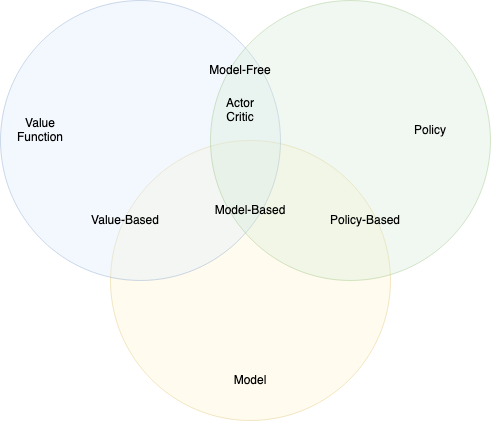
Before: src/diagrams/rl_algo_types.png, a diagram exported from draw.io (analytiq-hub/sigagent.github.io). Source tidied: cells renumbered, new cells last; positions are measured from the earlier drawing's top-left corner, leaving out a move shared by most shapes. Source of this version:
```xml
<mxGraphModel>
  <root>
    <mxCell id="0" />
    <mxCell id="1" parent="0" />
    <mxCell id="2" style="ellipse;whiteSpace=wrap;html=1;fillColor=#fff2cc;strokeColor=#d6b656;opacity=33;" parent="1" vertex="1">
      <mxGeometry x="110" y="140" width="280" height="280" as="geometry" />
    </mxCell>
    <mxCell id="3" style="ellipse;whiteSpace=wrap;html=1;fillColor=#dae8fc;strokeColor=#6c8ebf;opacity=33;" parent="1" vertex="1">
      <mxGeometry width="280" height="280" as="geometry" />
    </mxCell>
    <mxCell id="4" style="ellipse;whiteSpace=wrap;html=1;fillColor=#d5e8d4;shadow=0;sketch=0;strokeColor=#82b366;opacity=33;" parent="1" vertex="1">
      <mxGeometry x="210" width="280" height="280" as="geometry" />
    </mxCell>
    <mxCell id="5" value="Value Function" style="text;html=1;strokeColor=none;fillColor=none;align=center;verticalAlign=middle;whiteSpace=wrap;rounded=0;" parent="1" vertex="1">
      <mxGeometry x="20" y="120" width="40" height="20" as="geometry" />
    </mxCell>
    <mxCell id="6" value="Policy" style="text;html=1;strokeColor=none;fillColor=none;align=center;verticalAlign=middle;whiteSpace=wrap;rounded=0;" parent="1" vertex="1">
      <mxGeometry x="410" y="120" width="40" height="20" as="geometry" />
    </mxCell>
    <mxCell id="7" value="Model " style="text;html=1;strokeColor=none;fillColor=none;align=center;verticalAlign=middle;whiteSpace=wrap;rounded=0;" parent="1" vertex="1">
      <mxGeometry x="230" y="370" width="40" height="20" as="geometry" />
    </mxCell>
    <mxCell id="8" value="Value-Based" style="text;html=1;strokeColor=none;fillColor=none;align=center;verticalAlign=middle;whiteSpace=wrap;rounded=0;" parent="1" vertex="1">
      <mxGeometry x="80" y="210" width="90" height="20" as="geometry" />
    </mxCell>
    <mxCell id="9" value="Model-Based" style="text;html=1;strokeColor=none;fillColor=none;align=center;verticalAlign=middle;whiteSpace=wrap;rounded=0;" parent="1" vertex="1">
      <mxGeometry x="205" y="200" width="90" height="20" as="geometry" />
    </mxCell>
    <mxCell id="10" value="Model-Free" style="text;html=1;strokeColor=none;fillColor=none;align=center;verticalAlign=middle;whiteSpace=wrap;rounded=0;" parent="1" vertex="1">
      <mxGeometry x="195" y="60" width="90" height="20" as="geometry" />
    </mxCell>
    <mxCell id="11" value="&lt;div&gt;Actor&lt;/div&gt;&lt;div&gt;Critic&lt;/div&gt;" style="text;html=1;strokeColor=none;fillColor=none;align=center;verticalAlign=middle;whiteSpace=wrap;rounded=0;" parent="1" vertex="1">
      <mxGeometry x="195" y="100" width="90" height="20" as="geometry" />
    </mxCell>
    <mxCell id="12" value="Policy-Based" style="text;html=1;strokeColor=none;fillColor=none;align=center;verticalAlign=middle;whiteSpace=wrap;rounded=0;" parent="1" vertex="1">
      <mxGeometry x="320" y="210" width="90" height="20" as="geometry" />
    </mxCell>
  </root>
</mxGraphModel>
```
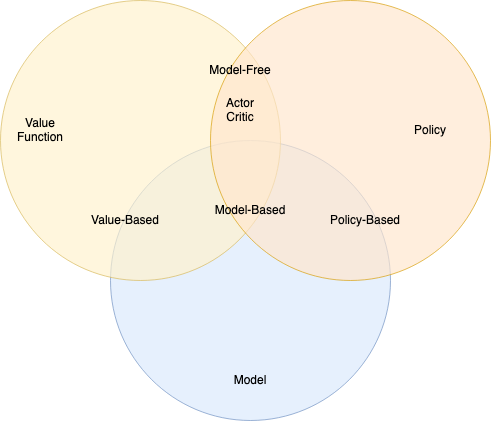
The same diagram one commit later.

What changed in the source:
```diff
@@ -2,13 +2,13 @@
   <root>
     <mxCell id="0" />
     <mxCell id="1" parent="0" />
-    <mxCell id="2" style="ellipse;whiteSpace=wrap;html=1;fillColor=#fff2cc;strokeColor=#d6b656;opacity=33;" parent="1" vertex="1">
+    <mxCell id="2" style="ellipse;whiteSpace=wrap;html=1;opacity=66;fillColor=#dae8fc;strokeColor=#6c8ebf;" parent="1" vertex="1">
       <mxGeometry x="110" y="140" width="280" height="280" as="geometry" />
     </mxCell>
-    <mxCell id="3" style="ellipse;whiteSpace=wrap;html=1;fillColor=#dae8fc;strokeColor=#6c8ebf;opacity=33;" parent="1" vertex="1">
+    <mxCell id="3" style="ellipse;whiteSpace=wrap;html=1;fillColor=#fff2cc;strokeColor=#d6b656;opacity=66;" parent="1" vertex="1">
       <mxGeometry width="280" height="280" as="geometry" />
     </mxCell>
-    <mxCell id="4" style="ellipse;whiteSpace=wrap;html=1;fillColor=#d5e8d4;shadow=0;sketch=0;strokeColor=#82b366;opacity=33;" parent="1" vertex="1">
+    <mxCell id="4" style="ellipse;whiteSpace=wrap;html=1;fillColor=#ffe6cc;shadow=0;sketch=0;strokeColor=#d79b00;opacity=66;" parent="1" vertex="1">
       <mxGeometry x="210" width="280" height="280" as="geometry" />
     </mxCell>
     <mxCell id="5" value="Value Function" style="text;html=1;strokeColor=none;fillColor=none;align=center;verticalAlign=middle;whiteSpace=wrap;rounded=0;" parent="1" vertex="1">
```
